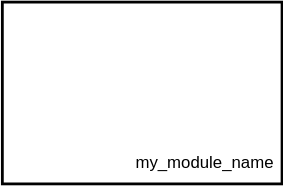
The draw.io diagram Labs/01. Comb Logic/pic/module_example_1.drawio.svg in Konf/PCU-SV-new, before a commit. Source tidied: cells renumbered, new cells last; positions are measured from the earlier drawing's top-left corner, leaving out a move shared by most shapes.
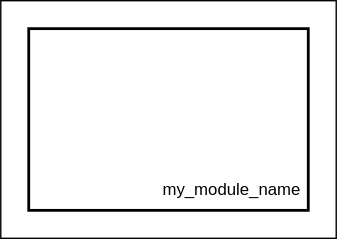
The same file after the commit.

Diff of the diagram source:
```diff
@@ -2,10 +2,13 @@
   <root>
     <mxCell id="0" />
     <mxCell id="1" parent="0" />
+    <mxCell id="4" style="rounded=0;whiteSpace=wrap;html=1;fillColor=#FFFFFF;" parent="1" vertex="1">
+      <mxGeometry x="-20" y="-20" width="240" height="170" as="geometry" />
+    </mxCell>
-    <mxCell id="2" style="rounded=0;whiteSpace=wrap;html=1;strokeWidth=2;" parent="1" vertex="1">
+    <mxCell id="2" style="rounded=0;whiteSpace=wrap;html=1;strokeWidth=2;fillColor=#FFFFFF;strokeColor=#000000;" parent="1" vertex="1">
       <mxGeometry width="200" height="130" as="geometry" />
     </mxCell>
-    <mxCell id="3" value="my_module_name" style="text;html=1;strokeColor=none;fillColor=none;align=center;verticalAlign=middle;whiteSpace=wrap;rounded=0;" parent="1" vertex="1">
+    <mxCell id="3" value="&lt;font style=&quot;color: rgb(0, 0, 0);&quot;&gt;my_module_name&lt;/font&gt;" style="text;html=1;align=center;verticalAlign=middle;whiteSpace=wrap;rounded=0;" parent="1" vertex="1">
       <mxGeometry x="90" y="100" width="110" height="30" as="geometry" />
     </mxCell>
   </root>
```
